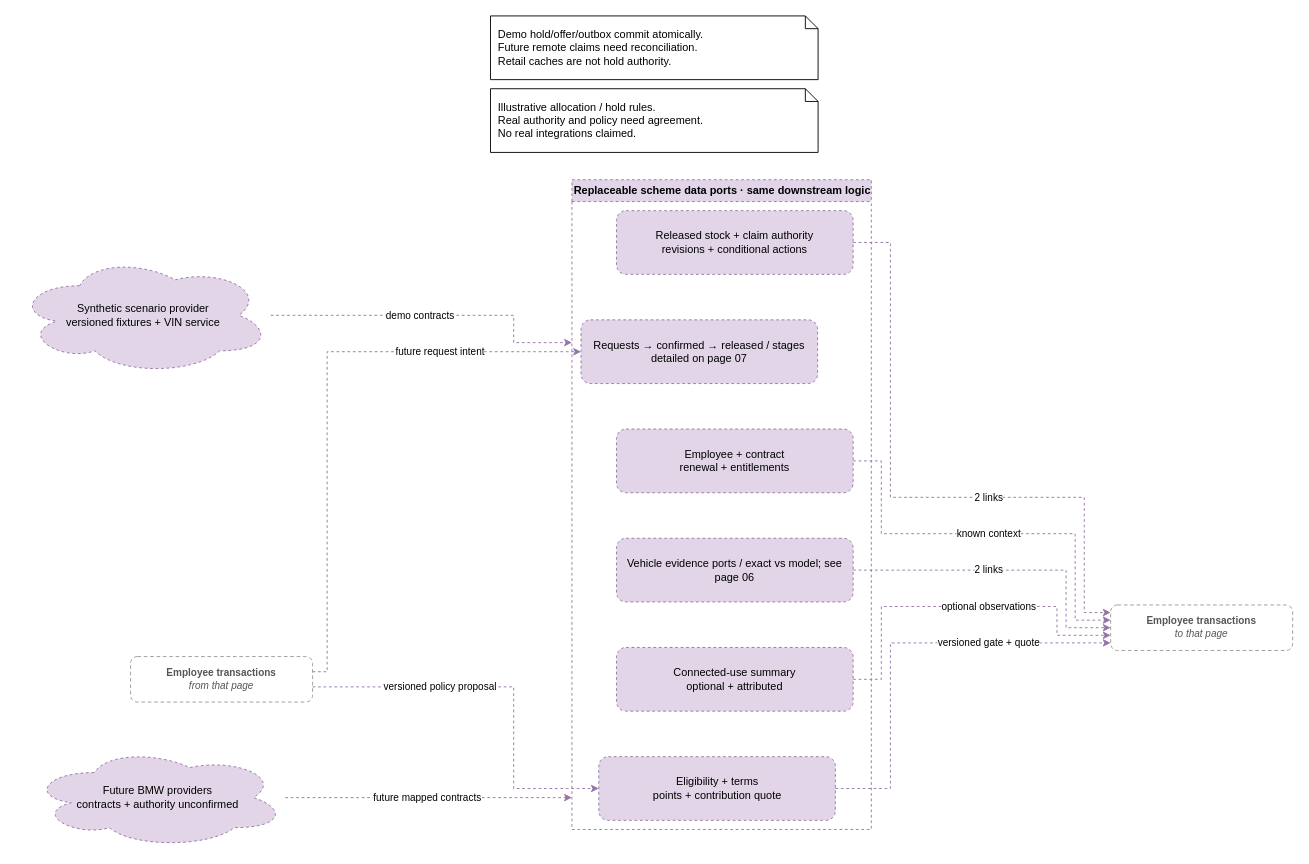
Before: page "Employee data adapters" (5 of 11) of docs/design/high-level-design.drawio in garyscarter-ibm/vehicle-matcher, a draw.io diagram. Source tidied: cells renumbered, new cells numbered last; positions are measured from the earlier drawing's top-left corner, leaving out a move shared by most shapes. Both pictures are drawn from the tidied source at 91%, with x=0, y=0 at pixel (15, 15).
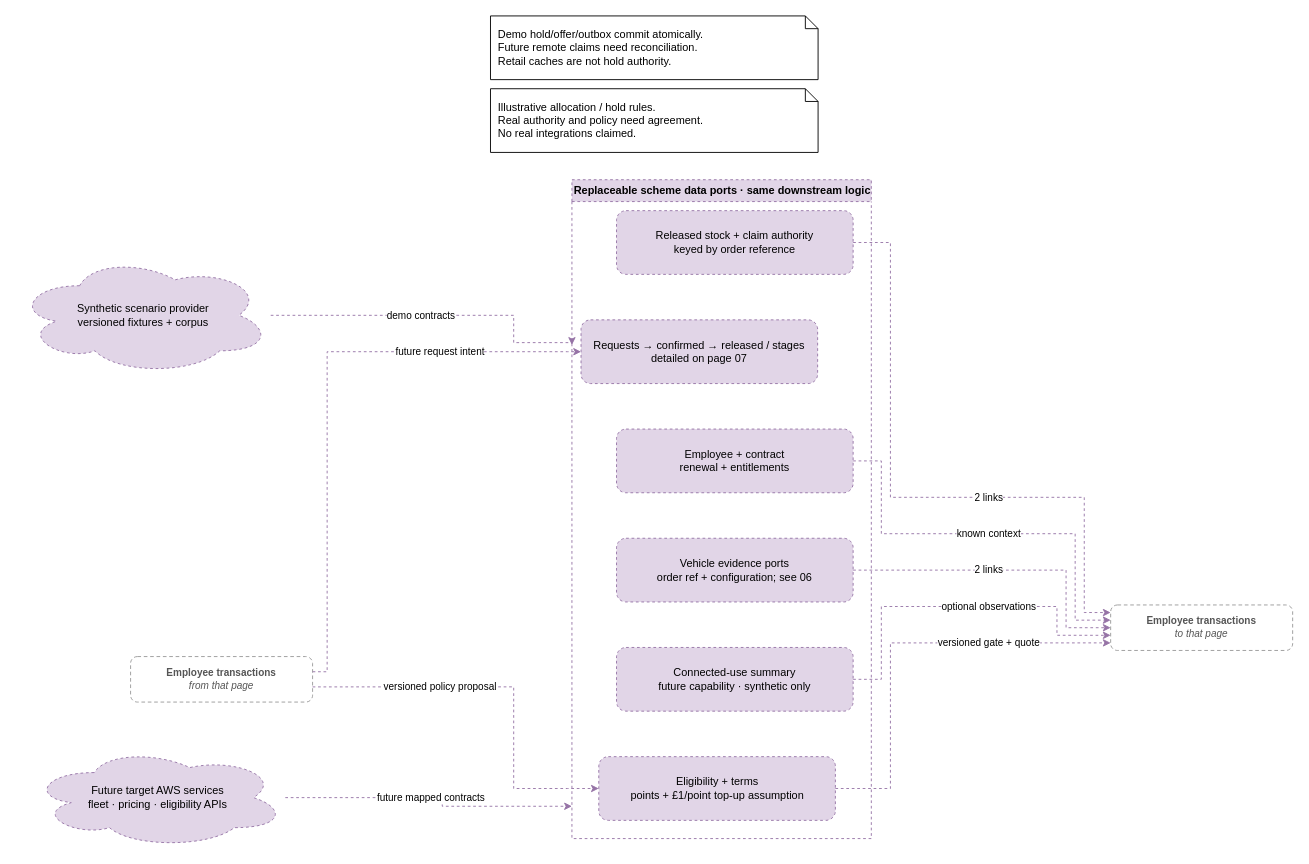
The same page after the edit.

The edit, as a diff of the source:
```diff
@@
     <mxCell id="2" value="Replaceable scheme data ports · same downstream logic" style="swimlane;html=1;startSize=24;strokeColor=#9673a6;dashed=1;fillColor=#e1d5e7;" parent="1" vertex="1">
-      <mxGeometry x="611" y="180" width="329" height="714" as="geometry" />
+      <mxGeometry x="611" y="180" width="329" height="724" as="geometry" />
     </mxCell>
@@
-    <mxCell id="4" value="Vehicle evidence ports / exact vs model; see page 06" style="rounded=1;whiteSpace=wrap;html=1;strokeColor=#9673a6;dashed=1;fillColor=#e1d5e7;" parent="2" vertex="1">
+    <mxCell id="4" value="Vehicle evidence ports&lt;br&gt;order ref + configuration; see 06" style="rounded=1;whiteSpace=wrap;html=1;strokeColor=#9673a6;dashed=1;fillColor=#e1d5e7;" parent="2" vertex="1">
       <mxGeometry x="49" y="394" width="260" height="70" as="geometry" />
     </mxCell>
-    <mxCell id="5" value="Connected-use summary&lt;br&gt;optional + attributed" style="rounded=1;whiteSpace=wrap;html=1;strokeColor=#9673a6;dashed=1;fillColor=#e1d5e7;" parent="2" vertex="1">
+    <mxCell id="5" value="Connected-use summary&lt;br&gt;future capability · synthetic only" style="rounded=1;whiteSpace=wrap;html=1;strokeColor=#9673a6;dashed=1;fillColor=#e1d5e7;" parent="2" vertex="1">
       <mxGeometry x="49" y="514" width="260" height="70" as="geometry" />
     </mxCell>
-    <mxCell id="6" value="Eligibility + terms&lt;br&gt;points + contribution quote" style="rounded=1;whiteSpace=wrap;html=1;strokeColor=#9673a6;dashed=1;fillColor=#e1d5e7;" parent="2" vertex="1">
+    <mxCell id="6" value="Eligibility + terms&lt;br&gt;points + £1/point top-up assumption" style="rounded=1;whiteSpace=wrap;html=1;strokeColor=#9673a6;dashed=1;fillColor=#e1d5e7;" parent="2" vertex="1">
       <mxGeometry x="29.5" y="634" width="260" height="70" as="geometry" />
     </mxCell>
-    <mxCell id="7" value="Released stock + claim authority&lt;br&gt;revisions + conditional actions" style="rounded=1;whiteSpace=wrap;html=1;strokeColor=#9673a6;dashed=1;fillColor=#e1d5e7;" parent="2" vertex="1">
+    <mxCell id="7" value="Released stock + claim authority&lt;br&gt;keyed by order reference" style="rounded=1;whiteSpace=wrap;html=1;strokeColor=#9673a6;dashed=1;fillColor=#e1d5e7;" parent="2" vertex="1">
       <mxGeometry x="49" y="34" width="260" height="70" as="geometry" />
     </mxCell>
@@
-    <mxCell id="9" value="Synthetic scenario provider&lt;br&gt;versioned fixtures + VIN service" style="ellipse;shape=cloud;whiteSpace=wrap;html=1;strokeColor=#9673a6;dashed=1;fillColor=#e1d5e7;" parent="1" vertex="1">
+    <mxCell id="9" value="Synthetic scenario provider&lt;br&gt;versioned fixtures + corpus" style="ellipse;shape=cloud;whiteSpace=wrap;html=1;strokeColor=#9673a6;dashed=1;fillColor=#e1d5e7;" parent="1" vertex="1">
       <mxGeometry y="264" width="280" height="130" as="geometry" />
     </mxCell>
-    <mxCell id="10" value="Future BMW providers&lt;br&gt;contracts + authority unconfirmed" style="ellipse;shape=cloud;whiteSpace=wrap;html=1;strokeColor=#9673a6;dashed=1;fillColor=#e1d5e7;" parent="1" vertex="1">
+    <mxCell id="10" value="Future target AWS services&lt;br&gt;fleet · pricing · eligibility APIs" style="ellipse;shape=cloud;whiteSpace=wrap;html=1;strokeColor=#9673a6;dashed=1;fillColor=#e1d5e7;" parent="1" vertex="1">
       <mxGeometry x="16" y="804" width="280" height="110" as="geometry" />
     </mxCell>
```
